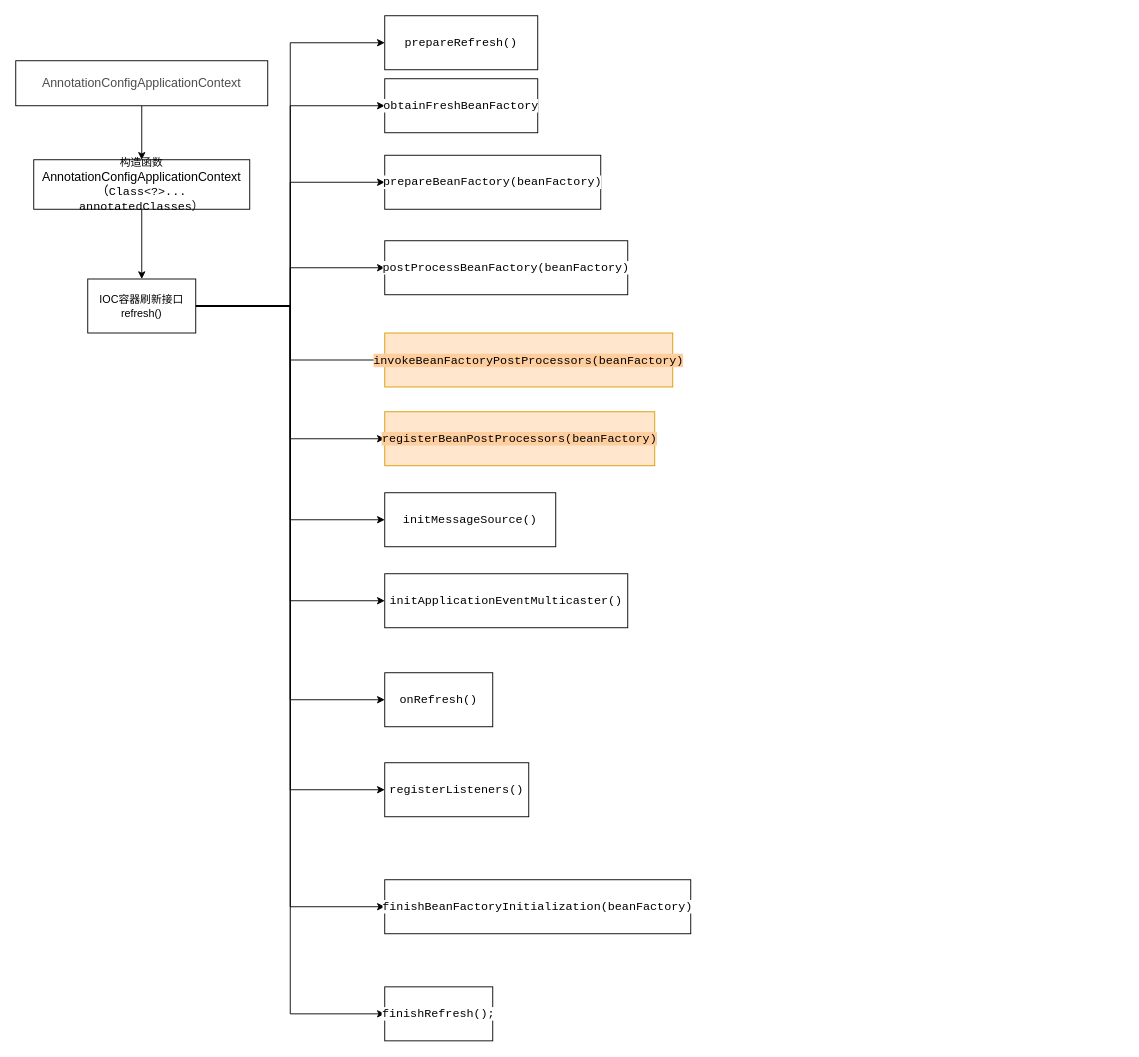
The draw.io diagram Spring源码分析1.drawio in linbingxing/mind, before the edit. Source tidied: cells renumbered, new cells numbered last; positions are measured from the earlier drawing's top-left corner, leaving out a move shared by most shapes. Both pictures are drawn from the tidied source at 90%, with x=0, y=0 at pixel (15, 15).
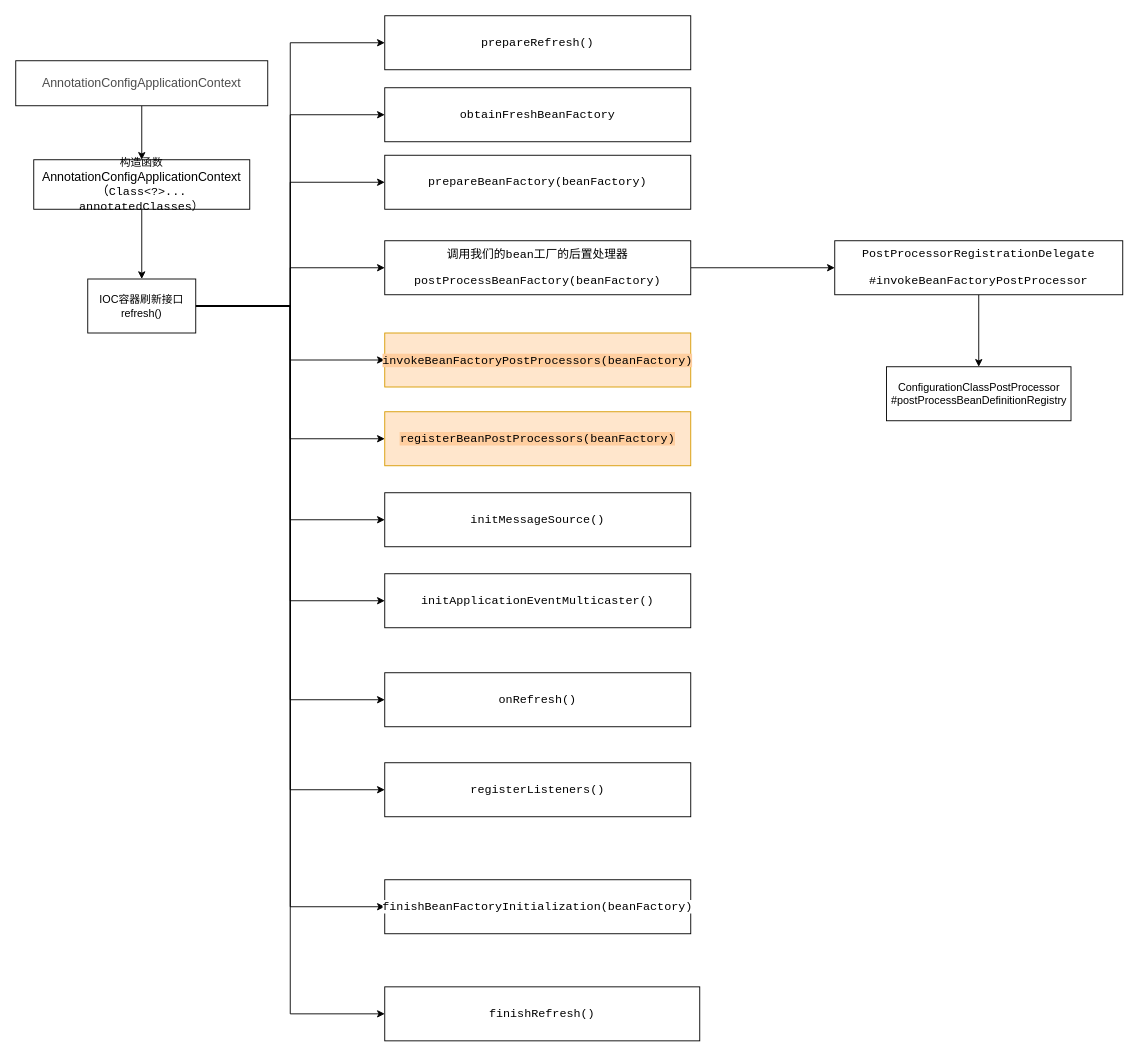
After the change.

Commit message:
更新Spring源码分析1.drawio

The edit, as a diff of the source:
```diff
@@
     <mxCell id="19" value="&lt;pre style=&quot;font-family: &amp;#34;consolas&amp;#34; ; font-size: 9.8pt&quot;&gt;&lt;span style=&quot;background-color: rgb(255 , 255 , 255)&quot;&gt;prepareRefresh()&lt;/span&gt;&lt;/pre&gt;" style="whiteSpace=wrap;html=1;rounded=0;" parent="1" vertex="1">
-      <mxGeometry x="410" width="170" height="60" as="geometry" />
+      <mxGeometry x="410" width="340" height="60" as="geometry" />
     </mxCell>
     <mxCell id="20" value="&lt;pre style=&quot;font-family: &amp;#34;consolas&amp;#34; ; font-size: 9.8pt&quot;&gt;&lt;span style=&quot;background-color: rgb(255 , 255 , 255)&quot;&gt;obtainFreshBeanFactory&lt;/span&gt;&lt;/pre&gt;" style="whiteSpace=wrap;html=1;rounded=0;" parent="1" vertex="1">
-      <mxGeometry x="410" y="70" width="170" height="60" as="geometry" />
+      <mxGeometry x="410" y="80" width="340" height="60" as="geometry" />
     </mxCell>
     <mxCell id="21" value="&lt;pre style=&quot;font-family: &amp;#34;consolas&amp;#34; ; font-size: 9.8pt&quot;&gt;&lt;span style=&quot;background-color: rgb(255 , 255 , 255)&quot;&gt;prepareBeanFactory(beanFactory)&lt;/span&gt;&lt;/pre&gt;" style="whiteSpace=wrap;html=1;rounded=0;" parent="1" vertex="1">
-      <mxGeometry x="410" y="155" width="240" height="60" as="geometry" />
+      <mxGeometry x="410" y="155" width="340" height="60" as="geometry" />
     </mxCell>
+    <mxCell id="31" style="edgeStyle=orthogonalEdgeStyle;rounded=0;jettySize=auto;html=1;fontColor=#000000;" parent="1" edge="1" source="22" target="33">
+      <mxGeometry relative="1" as="geometry" />
+    </mxCell>
-    <mxCell id="22" value="&lt;pre style=&quot;font-family: &amp;#34;consolas&amp;#34; ; font-size: 9.8pt&quot;&gt;&lt;span style=&quot;background-color: rgb(255 , 255 , 255)&quot;&gt;postProcessBeanFactory(beanFactory)&lt;/span&gt;&lt;/pre&gt;" style="whiteSpace=wrap;html=1;rounded=0;" parent="1" vertex="1">
-      <mxGeometry x="410" y="250" width="270" height="60" as="geometry" />
+    <mxCell id="22" value="&lt;pre style=&quot;font-family: &amp;#34;consolas&amp;#34; ; font-size: 9.8pt&quot;&gt;&lt;pre style=&quot;font-family: &amp;#34;arial&amp;#34; ; font-size: 9.8pt&quot;&gt;&lt;span style=&quot;background-color: rgb(255 , 255 , 255)&quot;&gt;调用我们的&lt;span style=&quot;font-family: &amp;#34;consolas&amp;#34;&quot;&gt;bean&lt;/span&gt;工厂的后置处理器&lt;/span&gt;&lt;/pre&gt;&lt;/pre&gt;&lt;pre style=&quot;font-family: &amp;#34;consolas&amp;#34; ; font-size: 9.8pt&quot;&gt;&lt;span style=&quot;background-color: rgb(255 , 255 , 255)&quot;&gt;postProcessBeanFactory(beanFactory)&lt;/span&gt;&lt;/pre&gt;" style="whiteSpace=wrap;html=1;rounded=0;" parent="1" vertex="1">
+      <mxGeometry x="410" y="250" width="340" height="60" as="geometry" />
     </mxCell>
     <mxCell id="23" value="&lt;pre style=&quot;font-family: &amp;#34;consolas&amp;#34; ; font-size: 9.8pt&quot;&gt;&lt;span style=&quot;background-color: rgb(255 , 206 , 159)&quot;&gt;invokeBeanFactoryPostProcessors(beanFactory)&lt;/span&gt;&lt;/pre&gt;" style="whiteSpace=wrap;html=1;rounded=0;fillColor=#ffe6cc;strokeColor=#d79b00;" parent="1" vertex="1">
-      <mxGeometry x="410" y="352.5" width="320" height="60" as="geometry" />
+      <mxGeometry x="410" y="352.5" width="340" height="60" as="geometry" />
     </mxCell>
     <mxCell id="24" value="&lt;pre style=&quot;font-family: &amp;#34;consolas&amp;#34; ; font-size: 9.8pt&quot;&gt;&lt;span style=&quot;background-color: rgb(255 , 206 , 159)&quot;&gt;registerBeanPostProcessors(beanFactory)&lt;/span&gt;&lt;/pre&gt;" style="whiteSpace=wrap;html=1;rounded=0;fillColor=#ffe6cc;strokeColor=#d79b00;" parent="1" vertex="1">
-      <mxGeometry x="410" y="440" width="300" height="60" as="geometry" />
+      <mxGeometry x="410" y="440" width="340" height="60" as="geometry" />
     </mxCell>
     <mxCell id="25" value="&lt;pre style=&quot;font-family: &amp;#34;consolas&amp;#34; ; font-size: 9.8pt&quot;&gt;&lt;span style=&quot;background-color: rgb(255 , 255 , 255)&quot;&gt;initMessageSource()&lt;/span&gt;&lt;/pre&gt;" style="whiteSpace=wrap;html=1;rounded=0;" parent="1" vertex="1">
-      <mxGeometry x="410" y="530" width="190" height="60" as="geometry" />
+      <mxGeometry x="410" y="530" width="340" height="60" as="geometry" />
     </mxCell>
     <mxCell id="26" value="&lt;pre style=&quot;font-family: &amp;#34;consolas&amp;#34; ; font-size: 9.8pt&quot;&gt;&lt;span style=&quot;background-color: rgb(255 , 255 , 255)&quot;&gt;initApplicationEventMulticaster()&lt;/span&gt;&lt;/pre&gt;" style="whiteSpace=wrap;html=1;rounded=0;" parent="1" vertex="1">
-      <mxGeometry x="410" y="620" width="270" height="60" as="geometry" />
+      <mxGeometry x="410" y="620" width="340" height="60" as="geometry" />
     </mxCell>
     <mxCell id="27" value="&lt;pre style=&quot;font-family: &amp;#34;consolas&amp;#34; ; font-size: 9.8pt&quot;&gt;&lt;span style=&quot;background-color: rgb(255 , 255 , 255)&quot;&gt;onRefresh()&lt;/span&gt;&lt;/pre&gt;" style="whiteSpace=wrap;html=1;rounded=0;" parent="1" vertex="1">
-      <mxGeometry x="410" y="730" width="120" height="60" as="geometry" />
+      <mxGeometry x="410" y="730" width="340" height="60" as="geometry" />
     </mxCell>
     <mxCell id="28" value="&lt;pre style=&quot;font-family: &amp;#34;consolas&amp;#34; ; font-size: 9.8pt&quot;&gt;&lt;span style=&quot;background-color: rgb(255 , 255 , 255)&quot;&gt;registerListeners()&lt;/span&gt;&lt;/pre&gt;" style="whiteSpace=wrap;html=1;rounded=0;" parent="1" vertex="1">
-      <mxGeometry x="410" y="830" width="160" height="60" as="geometry" />
+      <mxGeometry x="410" y="830" width="340" height="60" as="geometry" />
     </mxCell>
@@
-    <mxCell id="30" value="&lt;pre style=&quot;font-family: &amp;#34;consolas&amp;#34; ; font-size: 9.8pt&quot;&gt;&lt;span style=&quot;background-color: rgb(255 , 255 , 255)&quot;&gt;finishRefresh();&lt;/span&gt;&lt;/pre&gt;" style="whiteSpace=wrap;html=1;rounded=0;" parent="1" vertex="1">
-      <mxGeometry x="410" y="1079" width="120" height="60" as="geometry" />
+    <mxCell id="30" value="&lt;pre style=&quot;font-family: &amp;#34;consolas&amp;#34; ; font-size: 9.8pt&quot;&gt;&lt;span style=&quot;background-color: rgb(255 , 255 , 255)&quot;&gt;finishRefresh()&lt;/span&gt;&lt;/pre&gt;" style="whiteSpace=wrap;html=1;rounded=0;" parent="1" vertex="1">
+      <mxGeometry x="410" y="1079" width="350" height="60" as="geometry" />
     </mxCell>
+    <mxCell id="32" style="edgeStyle=orthogonalEdgeStyle;rounded=0;jettySize=auto;html=1;fontColor=#000000;" parent="1" edge="1" source="33" target="34">
+      <mxGeometry relative="1" as="geometry" />
+    </mxCell>
+    <mxCell id="33" value="&lt;pre style=&quot;font-family: &amp;#34;consolas&amp;#34; ; font-size: 9.8pt&quot;&gt;&lt;span style=&quot;background-color: rgb(255 , 255 , 255)&quot;&gt;PostProcessorRegistrationDelegate&lt;/span&gt;&lt;/pre&gt;&lt;pre style=&quot;font-family: &amp;#34;consolas&amp;#34; ; font-size: 9.8pt&quot;&gt;&lt;span style=&quot;background-color: rgb(255 , 255 , 255)&quot;&gt;#invokeBeanFactoryPostProcessor&lt;/span&gt;&lt;/pre&gt;" style="whiteSpace=wrap;html=1;rounded=0;" parent="1" vertex="1">
+      <mxGeometry x="910" y="250" width="320" height="60" as="geometry" />
+    </mxCell>
+    <mxCell id="34" value="ConfigurationClassPostProcessor&lt;br&gt;#postProcessBeanDefinitionRegistry" style="whiteSpace=wrap;html=1;rounded=0;" parent="1" vertex="1">
+      <mxGeometry x="967.5" y="390" width="205" height="60" as="geometry" />
+    </mxCell>
```
